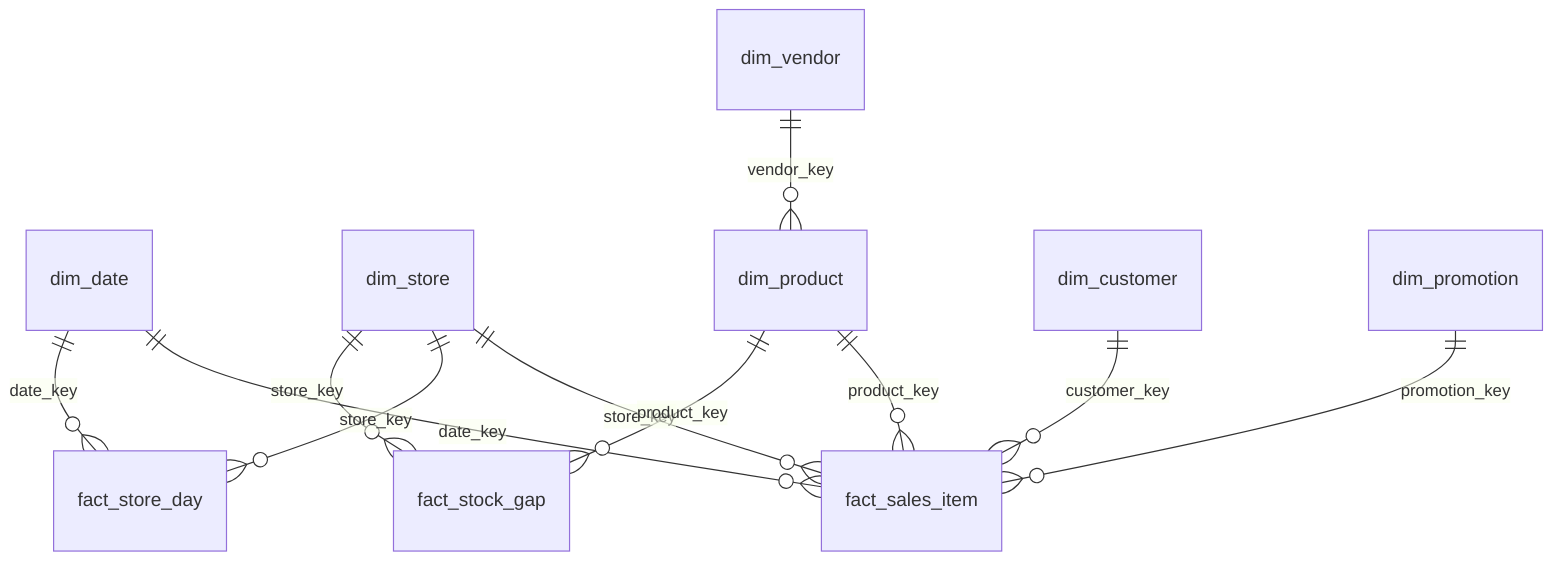
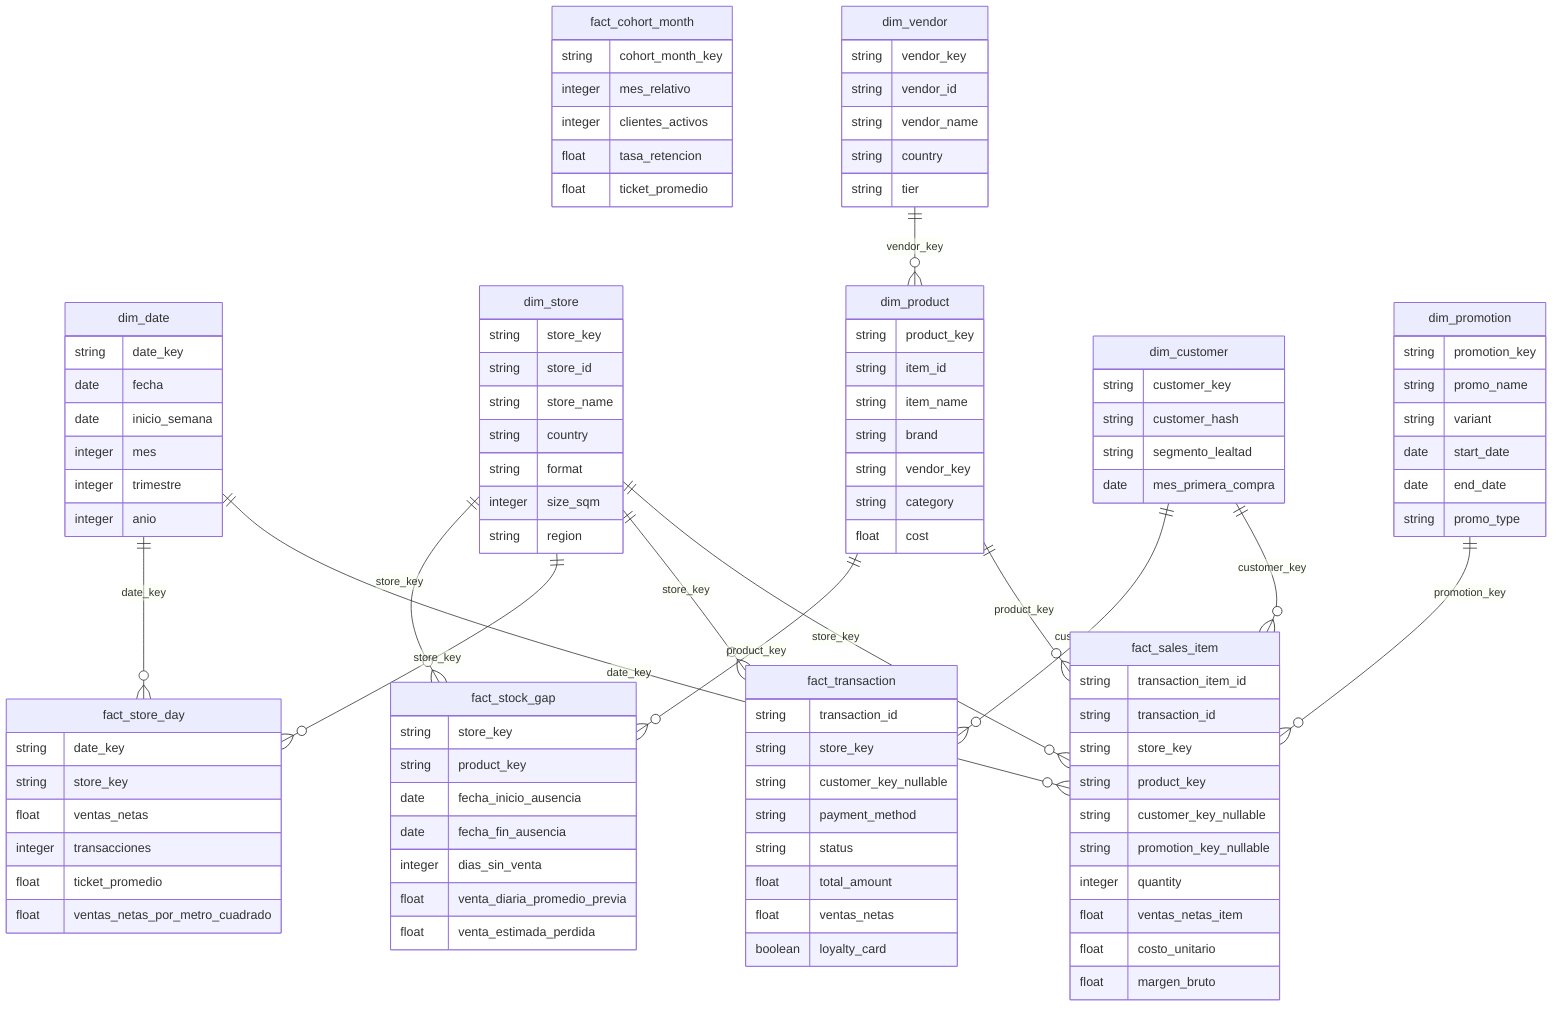
erDiagram
+   fact_sales_item {
+     string transaction_item_id
+     string transaction_id
+     string store_key
+     string product_key
+     string customer_key_nullable
+     string promotion_key_nullable
+     integer quantity
+     float ventas_netas_item
+     float costo_unitario
+     float margen_bruto
+   }
+ 
+   fact_transaction {
+     string transaction_id
+     string store_key
+     string customer_key_nullable
+     string payment_method
+     string status
+     float total_amount
+     float ventas_netas
+     boolean loyalty_card
+   }
+ 
+   fact_store_day {
+     string date_key
+     string store_key
+     float ventas_netas
+     integer transacciones
+     float ticket_promedio
+     float ventas_netas_por_metro_cuadrado
+   }
+ 
+   fact_stock_gap {
+     string store_key
+     string product_key
+     date fecha_inicio_ausencia
+     date fecha_fin_ausencia
+     integer dias_sin_venta
+     float venta_diaria_promedio_previa
+     float venta_estimada_perdida
+   }
+ 
+   fact_cohort_month {
+     string cohort_month_key
+     integer mes_relativo
+     integer clientes_activos
+     float tasa_retencion
+     float ticket_promedio
+   }
+ 
+   dim_date {
+     string date_key
+     date fecha
+     date inicio_semana
+     integer mes
+     integer trimestre
+     integer anio
+   }
+ 
+   dim_store {
+     string store_key
+     string store_id
+     string store_name
+     string country
+     string format
+     integer size_sqm
+     string region
+   }
+ 
+   dim_product {
+     string product_key
+     string item_id
+     string item_name
+     string brand
+     string vendor_key
+     string category
+     float cost
+   }
+ 
+   dim_vendor {
+     string vendor_key
+     string vendor_id
+     string vendor_name
+     string country
+     string tier
+   }
+ 
+   dim_customer {
+     string customer_key
+     string customer_hash
+     string segmento_lealtad
+     date mes_primera_compra
+   }
+ 
+   dim_promotion {
+     string promotion_key
+     string promo_name
+     string variant
+     date start_date
+     date end_date
+     string promo_type
+   }
+ 
  dim_date ||--o{ fact_sales_item : date_key
  dim_store ||--o{ fact_sales_item : store_key
  dim_product ||--o{ fact_sales_item : product_key
  dim_vendor ||--o{ dim_product : vendor_key
  dim_customer ||--o{ fact_sales_item : customer_key
  dim_promotion ||--o{ fact_sales_item : promotion_key
+   dim_store ||--o{ fact_transaction : store_key
+   dim_customer ||--o{ fact_transaction : customer_key
  dim_store ||--o{ fact_store_day : store_key
  dim_date ||--o{ fact_store_day : date_key
  dim_product ||--o{ fact_stock_gap : product_key
  dim_store ||--o{ fact_stock_gap : store_key
